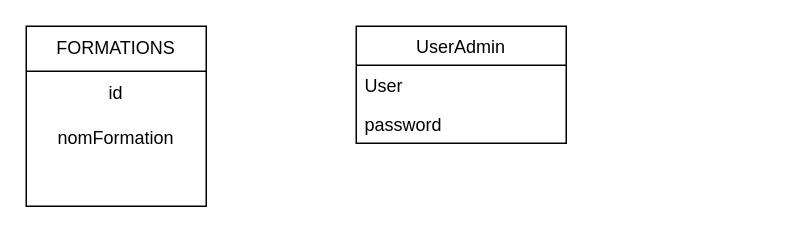
Before: Diagramme sans nom.drawio in Lvmzoo-Dev/hackaton_gomycode, a draw.io diagram. Source tidied: cells renumbered, new cells numbered last; positions are measured from the earlier drawing's top-left corner, leaving out a move shared by most shapes. Both pictures are drawn from the tidied source at 150%, with x=0, y=0 at pixel (26, 26).
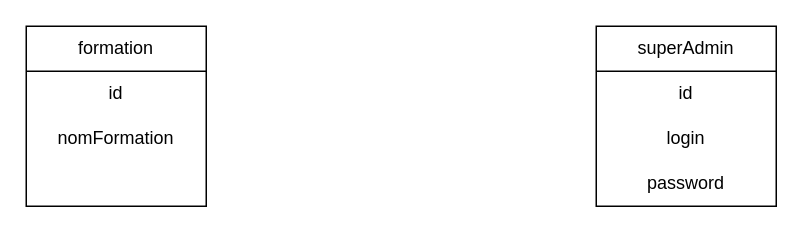
The same page after the edit.

Commit message:
Mettre à jour Diagramme.drawio

What changed in the source:
```diff
@@
 <mxGraphModel>
   <root>
     <mxCell id="0" />
     <mxCell id="1" parent="0" />
     <mxCell id="2" style="whiteSpace=wrap;html=1;" parent="1" vertex="1">
       <mxGeometry width="120" height="120" as="geometry" />
     </mxCell>
-    <mxCell id="3" value="FORMATIONS" style="text;html=1;strokeColor=none;fillColor=none;align=center;verticalAlign=middle;whiteSpace=wrap;rounded=0;" parent="1" vertex="1">
+    <mxCell id="3" value="formation" style="text;html=1;strokeColor=none;fillColor=none;align=center;verticalAlign=middle;whiteSpace=wrap;rounded=0;" parent="1" vertex="1">
       <mxGeometry x="30" width="60" height="30" as="geometry" />
     </mxCell>
     <mxCell id="4" value="id" style="text;html=1;strokeColor=none;fillColor=none;align=center;verticalAlign=middle;whiteSpace=wrap;rounded=0;" parent="1" vertex="1">
       <mxGeometry x="30" y="30" width="60" height="30" as="geometry" />
     </mxCell>
     <mxCell id="5" value="nomFormation" style="text;html=1;strokeColor=none;fillColor=none;align=center;verticalAlign=middle;whiteSpace=wrap;rounded=0;" parent="1" vertex="1">
       <mxGeometry x="30" y="60" width="60" height="30" as="geometry" />
     </mxCell>
     <mxCell id="6" style="endArrow=none;html=1;rounded=0;entryX=1;entryY=0.25;entryDx=0;entryDy=0;exitX=0;exitY=0.25;exitDx=0;exitDy=0;" parent="1" edge="1" source="2" target="2">
       <mxGeometry relative="1" as="geometry" />
     </mxCell>
-    <mxCell id="7" value="UserAdmin" style="swimlane;fontStyle=0;horizontal=1;startSize=26;fillColor=none;" parent="1" vertex="1">
-      <mxGeometry x="220" width="140" height="78" as="geometry" />
-    </mxCell>
-    <mxCell id="8" value="User" style="text;strokeColor=none;fillColor=none;align=left;verticalAlign=top;spacingLeft=4;spacingRight=4;overflow=hidden;" parent="7" vertex="1">
-      <mxGeometry y="26" width="140" height="26" as="geometry" />
-    </mxCell>
+    <mxCell id="10" style="whiteSpace=wrap;html=1;" parent="1" vertex="1">
+      <mxGeometry x="380" width="120" height="120" as="geometry" />
+    </mxCell>
+    <mxCell id="11" value="superAdmin" style="text;html=1;strokeColor=none;fillColor=none;align=center;verticalAlign=middle;whiteSpace=wrap;rounded=0;" parent="1" vertex="1">
+      <mxGeometry x="410" width="60" height="30" as="geometry" />
+    </mxCell>
+    <mxCell id="12" value="login" style="text;html=1;strokeColor=none;fillColor=none;align=center;verticalAlign=middle;whiteSpace=wrap;rounded=0;" parent="1" vertex="1">
+      <mxGeometry x="410" y="60" width="60" height="30" as="geometry" />
+    </mxCell>
+    <mxCell id="13" value="id" style="text;html=1;strokeColor=none;fillColor=none;align=center;verticalAlign=middle;whiteSpace=wrap;rounded=0;" parent="1" vertex="1">
+      <mxGeometry x="410" y="30" width="60" height="30" as="geometry" />
+    </mxCell>
+    <mxCell id="14" style="endArrow=none;html=1;rounded=0;entryX=1;entryY=0.25;entryDx=0;entryDy=0;exitX=0;exitY=0.25;exitDx=0;exitDy=0;" parent="1" edge="1">
+      <mxGeometry relative="1" as="geometry">
+        <mxPoint x="380" y="30" as="sourcePoint" />
+        <mxPoint x="500" y="30" as="targetPoint" />
+      </mxGeometry>
+    </mxCell>
-    <mxCell id="9" value="password" style="text;strokeColor=none;fillColor=none;align=left;verticalAlign=top;spacingLeft=4;spacingRight=4;overflow=hidden;" parent="7" vertex="1">
-      <mxGeometry y="52" width="140" height="26" as="geometry" />
+    <mxCell id="9" value="password" style="text;html=1;strokeColor=none;fillColor=none;align=center;verticalAlign=middle;whiteSpace=wrap;rounded=0;" parent="1" vertex="1">
+      <mxGeometry x="410" y="90" width="60" height="30" as="geometry" />
     </mxCell>
   </root>
 </mxGraphModel>
```
